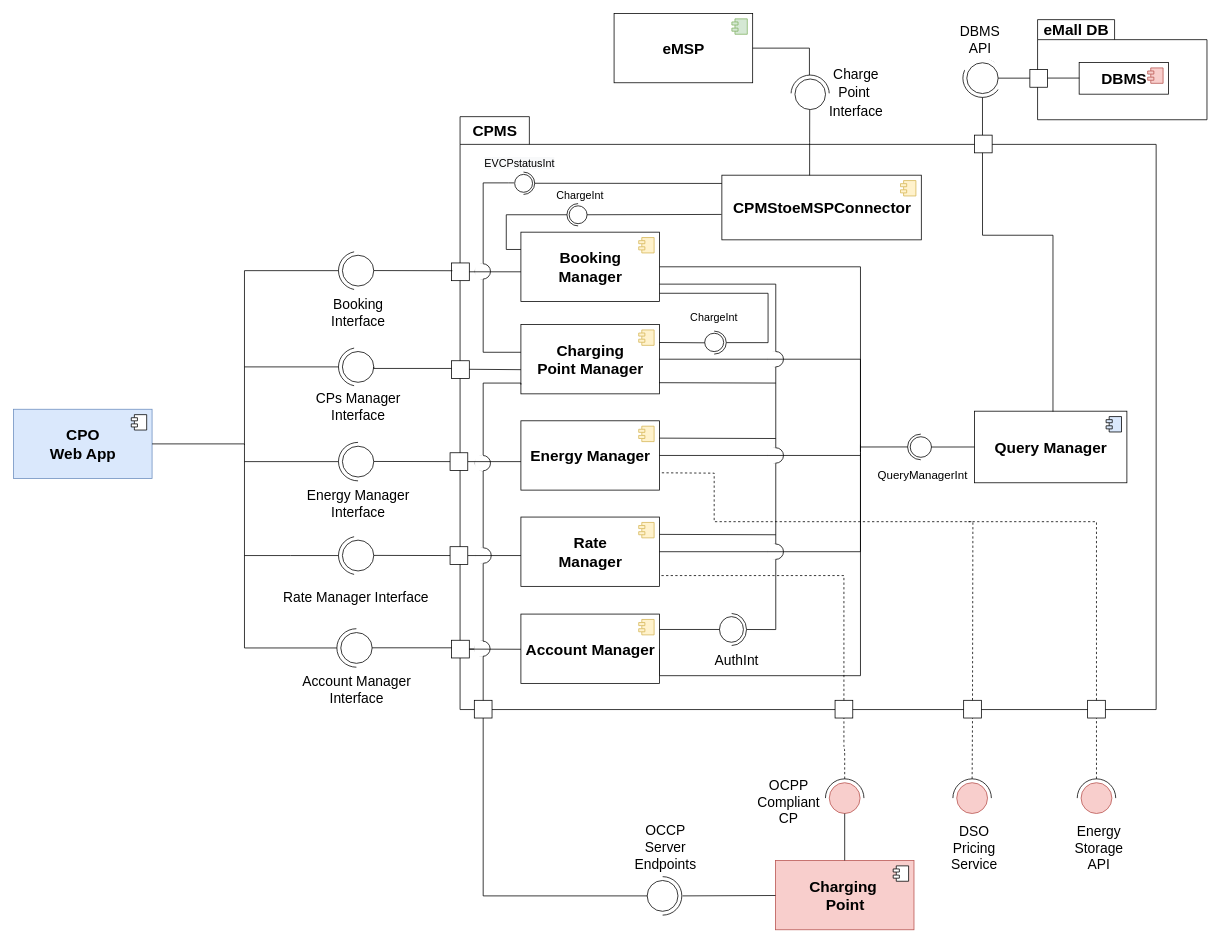
gio-del/eMall keeps this draw.io diagram as DD/src/componentDiagram/cpms_component_diagram.drawio. Above is the earlier version. Source tidied: cells renumbered, new cells numbered last; positions are measured from the earlier drawing's top-left corner, leaving out a move shared by most shapes. Both pictures are drawn from the tidied source at 77%, with x=0, y=0 at pixel (13, 13).
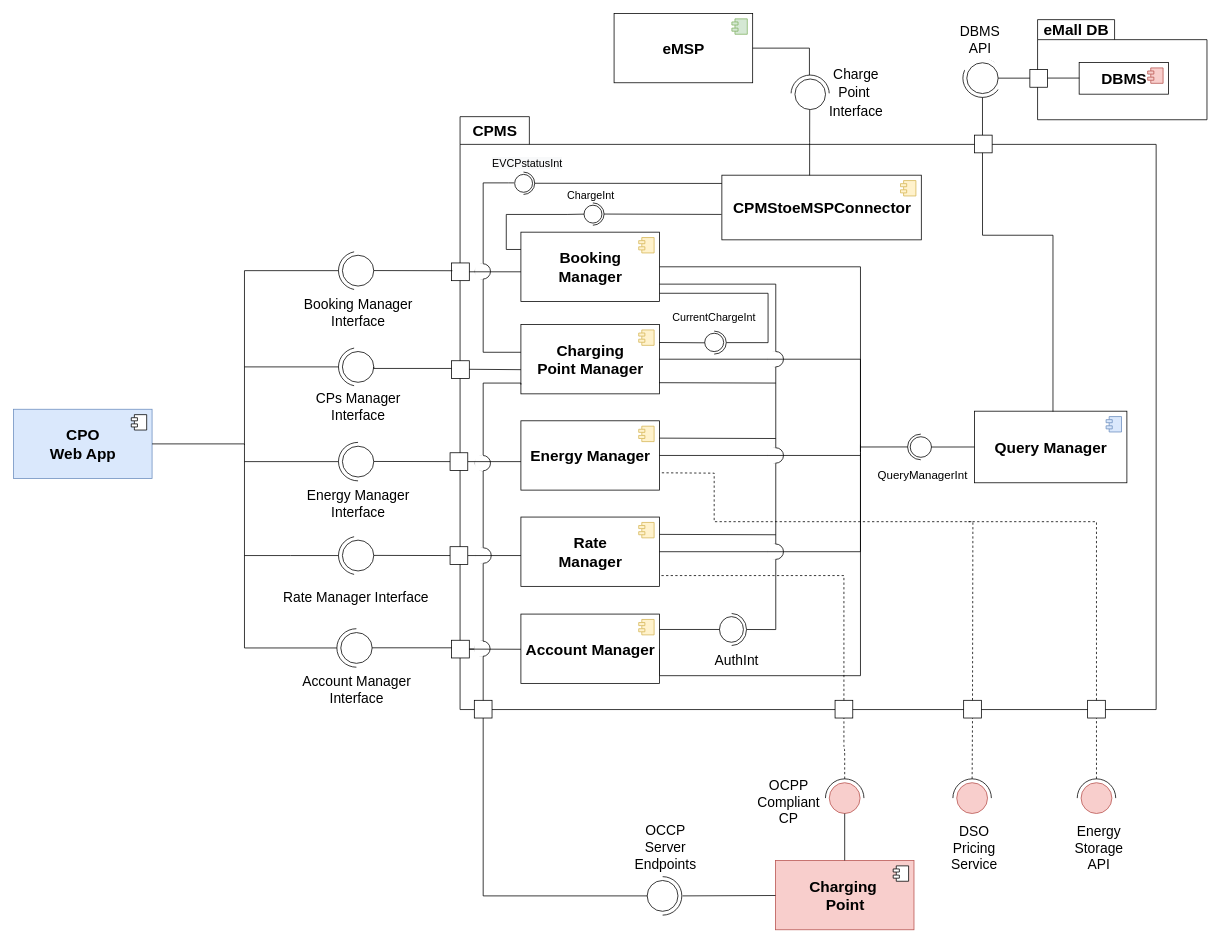
Above is the later version.

The change refers to these unchanged cells:
```xml
<mxCell id="7" style="group;fontSize=20;" parent="1" vertex="1">
  <mxGeometry x="579" y="244" width="905" height="671" as="geometry" />
</mxCell>
<mxCell id="13" value="&lt;b style=&quot;font-size: 20px&quot;&gt;Booking&lt;br style=&quot;font-size: 20px&quot;&gt;Manager&lt;/b&gt;" style="html=1;fontSize=20;" parent="7" vertex="1">
  <mxGeometry x="80" y="40" width="180" height="90" as="geometry" />
</mxCell>
<mxCell id="15" value="&lt;b style=&quot;font-size: 20px;&quot;&gt;Query Manager&lt;/b&gt;" style="html=1;fontSize=20;sketch=0;" parent="7" vertex="1">
  <mxGeometry x="669" y="272.5" width="198" height="93" as="geometry" />
</mxCell>
<mxCell id="60" value="&lt;div style=&quot;&quot;&gt;&lt;font style=&quot;font-size: 20px;&quot;&gt;&lt;b&gt;CPMStoeMSPConnector&lt;/b&gt;&lt;/font&gt;&lt;/div&gt;" style="html=1;fontSize=20;" parent="7" vertex="1">
  <mxGeometry x="341" y="-34" width="259" height="84" as="geometry" />
</mxCell>
<mxCell id="73" style="group;rotation=-180;" parent="72" vertex="1">
  <mxGeometry x="1.8" y="0.9" width="116.3" height="56.5" as="geometry" />
</mxCell>
<mxCell id="109" style="group;dashed=1;fontSize=20;" parent="1" vertex="1">
  <mxGeometry x="300" y="304" width="290" height="100" as="geometry" />
</mxCell>
```

The edit, as a diff of the source:
```diff
@@
-    <mxCell id="16" style="shape=module;jettyWidth=8;jettyHeight=4;fontSize=20;fillColor=#DAE8FC;strokeColor=#000000;" parent="15" vertex="1">
+    <mxCell id="16" style="shape=module;jettyWidth=8;jettyHeight=4;fontSize=20;fillColor=#dae8fc;strokeColor=#6c8ebf;" parent="15" vertex="1">
       <mxGeometry x="1" width="20" height="20" relative="1" as="geometry">
         <mxPoint x="-27" y="7" as="offset" />
       </mxGeometry>
     </mxCell>
@@
-    <mxCell id="78" value="&lt;font style=&quot;font-size: 14px&quot;&gt;ChargeInt&lt;/font&gt;" style="text;html=1;strokeColor=none;fillColor=none;align=center;verticalAlign=middle;whiteSpace=wrap;rounded=0;fontSize=15;" parent="73" vertex="1">
+    <mxCell id="78" value="&lt;font style=&quot;font-size: 14px&quot;&gt;CurrentChargeInt&lt;/font&gt;" style="text;html=1;strokeColor=none;fillColor=none;align=center;verticalAlign=middle;whiteSpace=wrap;rounded=0;fontSize=15;" parent="73" vertex="1">
       <mxGeometry x="56.3" y="-9.5" width="60" height="30" as="geometry" />
     </mxCell>
-    <mxCell id="79" style="endArrow=none;html=1;rounded=0;entryX=0;entryY=0.5;entryDx=0;entryDy=0;exitX=0;exitY=0.25;exitDx=0;exitDy=0;edgeStyle=orthogonalEdgeStyle;" parent="7" edge="1" source="13" target="81">
-      <mxGeometry relative="1" as="geometry">
-        <Array as="points">
-          <mxPoint x="61" y="63" />
-          <mxPoint x="61" y="17" />
-          <mxPoint x="140" y="17" />
-        </Array>
-      </mxGeometry>
-    </mxCell>
-    <mxCell id="80" style="group;rotation=-180;rounded=0;fontSize=20;" parent="7" vertex="1">
+    <mxCell id="80" style="group;rotation=0;rounded=0;fontSize=20;" parent="7" vertex="1">
       <mxGeometry x="141" width="45.9" height="34.8" as="geometry" />
     </mxCell>
-    <mxCell id="81" style="ellipse;fillColor=#ffffff;strokeColor=#000000;fontSize=20;rotation=-360;" parent="80" vertex="1">
-      <mxGeometry x="-1.2" y="2.9" width="29" height="29" as="geometry" />
+    <mxCell id="81" style="ellipse;fillColor=#ffffff;strokeColor=#000000;fontSize=20;rotation=-180;" parent="80" vertex="1">
+      <mxGeometry x="18" y="2" width="29" height="29" as="geometry" />
     </mxCell>
-    <mxCell id="82" style="rounded=0;whiteSpace=wrap;html=1;fontSize=20;strokeWidth=0;rotation=-360;strokeColor=none;" parent="80" vertex="1">
-      <mxGeometry x="13.3" width="17.4" height="34.8" as="geometry" />
+    <mxCell id="82" style="rounded=0;whiteSpace=wrap;html=1;fontSize=20;strokeWidth=0;rotation=-180;strokeColor=none;" parent="80" vertex="1">
+      <mxGeometry x="15" y="-1" width="17.4" height="34.8" as="geometry" />
     </mxCell>
-    <mxCell id="83" style="ellipse;fontSize=20;rotation=-360;" parent="80" vertex="1">
-      <mxGeometry x="1.7" y="5.8" width="23.2" height="23.2" as="geometry" />
+    <mxCell id="83" style="ellipse;fontSize=20;rotation=-180;" parent="80" vertex="1">
+      <mxGeometry x="21" y="5" width="23.2" height="23.2" as="geometry" />
     </mxCell>
-    <mxCell id="84" value="&lt;font style=&quot;font-size: 14px&quot;&gt;ChargeInt&lt;/font&gt;" style="text;html=1;strokeColor=none;fillColor=none;align=center;verticalAlign=middle;whiteSpace=wrap;rounded=0;fontSize=15;" parent="80" vertex="1">
-      <mxGeometry x="-14.1" y="-24.2" width="60" height="30" as="geometry" />
-    </mxCell>
+    <mxCell id="79" style="endArrow=none;html=1;rounded=0;exitX=0;exitY=0.25;exitDx=0;exitDy=0;edgeStyle=orthogonalEdgeStyle;entryX=1;entryY=0.5;entryDx=0;entryDy=0;" parent="7" edge="1" source="13" target="83">
+      <mxGeometry relative="1" as="geometry">
+        <Array as="points">
+          <mxPoint x="61" y="62" />
+          <mxPoint x="61" y="17" />
+          <mxPoint x="140" y="17" />
+        </Array>
+      </mxGeometry>
+    </mxCell>
-    <mxCell id="85" style="endArrow=none;html=1;rounded=0;exitX=1;exitY=0.5;exitDx=0;exitDy=0;entryX=-0.002;entryY=0.607;entryDx=0;entryDy=0;entryPerimeter=0;" parent="7" edge="1" source="83" target="60">
+    <mxCell id="85" style="endArrow=none;html=1;rounded=0;entryX=-0.002;entryY=0.607;entryDx=0;entryDy=0;entryPerimeter=0;exitX=0;exitY=0.5;exitDx=0;exitDy=0;" parent="7" edge="1" source="81" target="60">
       <mxGeometry relative="1" as="geometry" />
     </mxCell>
@@
-    <mxCell id="97" value="&lt;span style=&quot;color: rgb(0 , 0 , 0) ; font-family: &amp;#34;helvetica&amp;#34; ; font-style: normal ; font-weight: 400 ; letter-spacing: normal ; text-align: center ; text-indent: 0px ; text-transform: none ; word-spacing: 0px ; background-color: rgb(248 , 249 , 250) ; display: inline ; float: none&quot;&gt;&lt;font style=&quot;font-size: 14px&quot;&gt;EVCPstatusInt&lt;/font&gt;&lt;/span&gt;" style="text;whiteSpace=wrap;html=1;fontSize=14;" parent="7" vertex="1">
-      <mxGeometry x="30.5" y="-64" width="160" height="30" as="geometry" />
-    </mxCell>
@@
-    <mxCell id="113" value="Booking&lt;br&gt;Interface" style="text;html=1;strokeColor=none;fillColor=none;align=center;verticalAlign=middle;whiteSpace=wrap;rounded=0;fontSize=18;" parent="109" vertex="1">
+    <mxCell id="113" value="Booking Manager&lt;br&gt;Interface" style="text;html=1;strokeColor=none;fillColor=none;align=center;verticalAlign=middle;whiteSpace=wrap;rounded=0;fontSize=18;" parent="109" vertex="1">
       <mxGeometry x="50.7" y="70" width="193.7" height="30" as="geometry" />
     </mxCell>
@@
+    <mxCell id="84" value="&lt;font style=&quot;font-size: 14px&quot;&gt;ChargeInt&lt;/font&gt;" style="text;html=1;strokeColor=none;fillColor=none;align=center;verticalAlign=middle;whiteSpace=wrap;rounded=0;fontSize=15;" parent="1" vertex="1">
+      <mxGeometry x="720" y="220" width="60" height="30" as="geometry" />
+    </mxCell>
+    <mxCell id="97" value="&lt;span style=&quot;color: rgb(0 , 0 , 0) ; font-family: &amp;#34;helvetica&amp;#34; ; font-style: normal ; font-weight: 400 ; letter-spacing: normal ; text-align: center ; text-indent: 0px ; text-transform: none ; word-spacing: 0px ; background-color: rgb(248 , 249 , 250) ; display: inline ; float: none&quot;&gt;&lt;font style=&quot;font-size: 14px&quot;&gt;EVCPstatusInt&lt;/font&gt;&lt;/span&gt;" style="text;whiteSpace=wrap;html=1;fontSize=14;" parent="1" vertex="1">
+      <mxGeometry x="619.5" y="180" width="160" height="30" as="geometry" />
+    </mxCell>
```
